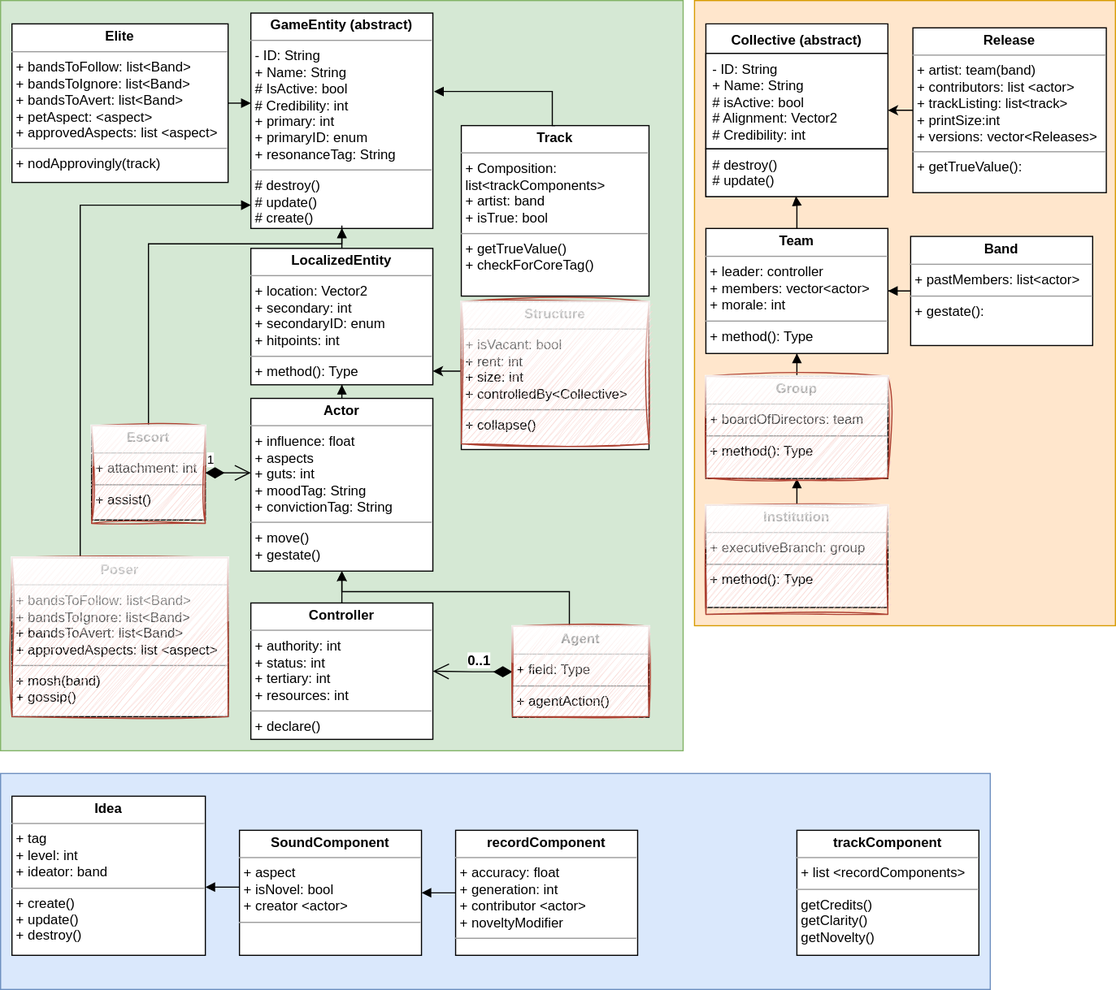
Above: TheProspector/Assets/Schematics/Entity.svg in SakuNurmiranta/TheProspector (draw.io), before the change. Source tidied: cells renumbered, new cells last; positions are measured from the earlier drawing's top-left corner, leaving out a move shared by most shapes.
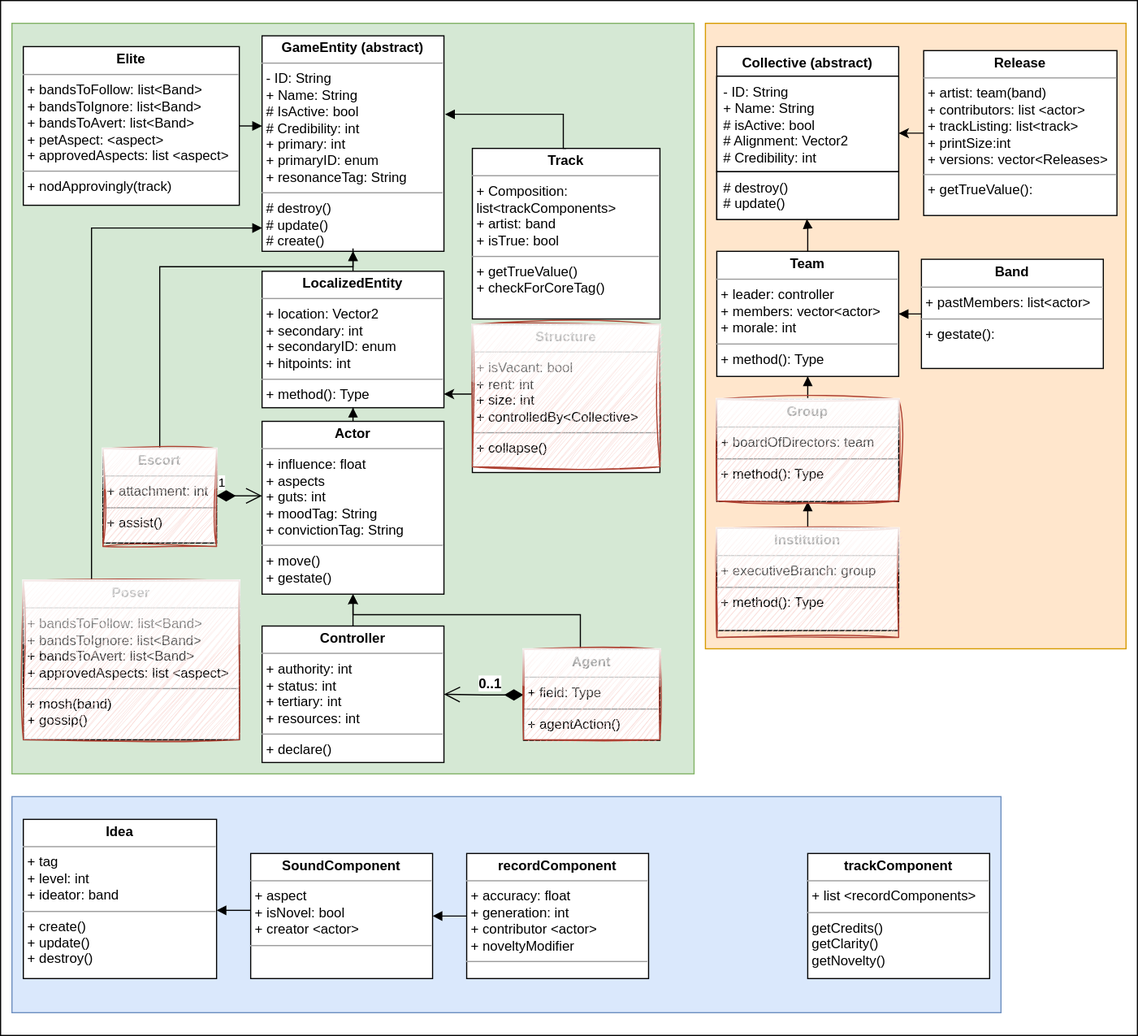
After the commit.

What changed in the source:
```diff
@@ -2,6 +2,9 @@
   <root>
     <mxCell id="0" />
     <mxCell id="1" parent="0" />
+    <mxCell id="51" style="whiteSpace=wrap;html=1;" parent="1" vertex="1">
+      <mxGeometry x="-10" y="-20" width="1000" height="910" as="geometry" />
+    </mxCell>
     <mxCell id="2" style="whiteSpace=wrap;html=1;fillColor=#ffe6cc;strokeColor=#d79b00;" parent="1" vertex="1">
       <mxGeometry x="610" width="370" height="550" as="geometry" />
     </mxCell>
```
